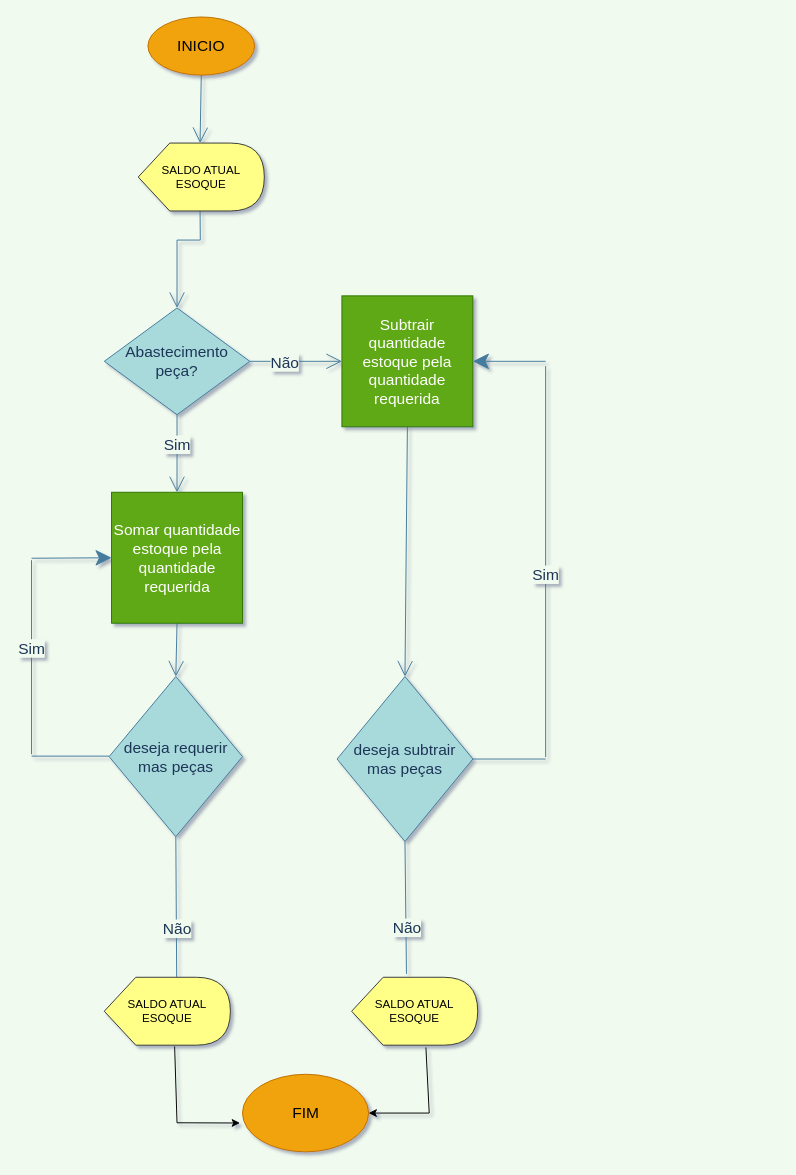
Earlier version of the draw.io diagram Diagrama sem nome.drawio (silvatavares/senai_versoes_git). Source tidied: cells renumbered, new cells numbered last; positions are measured from the earlier drawing's top-left corner, leaving out a move shared by most shapes. Both pictures are drawn from the tidied source at 97%, with x=0, y=0 at pixel (31, 16).
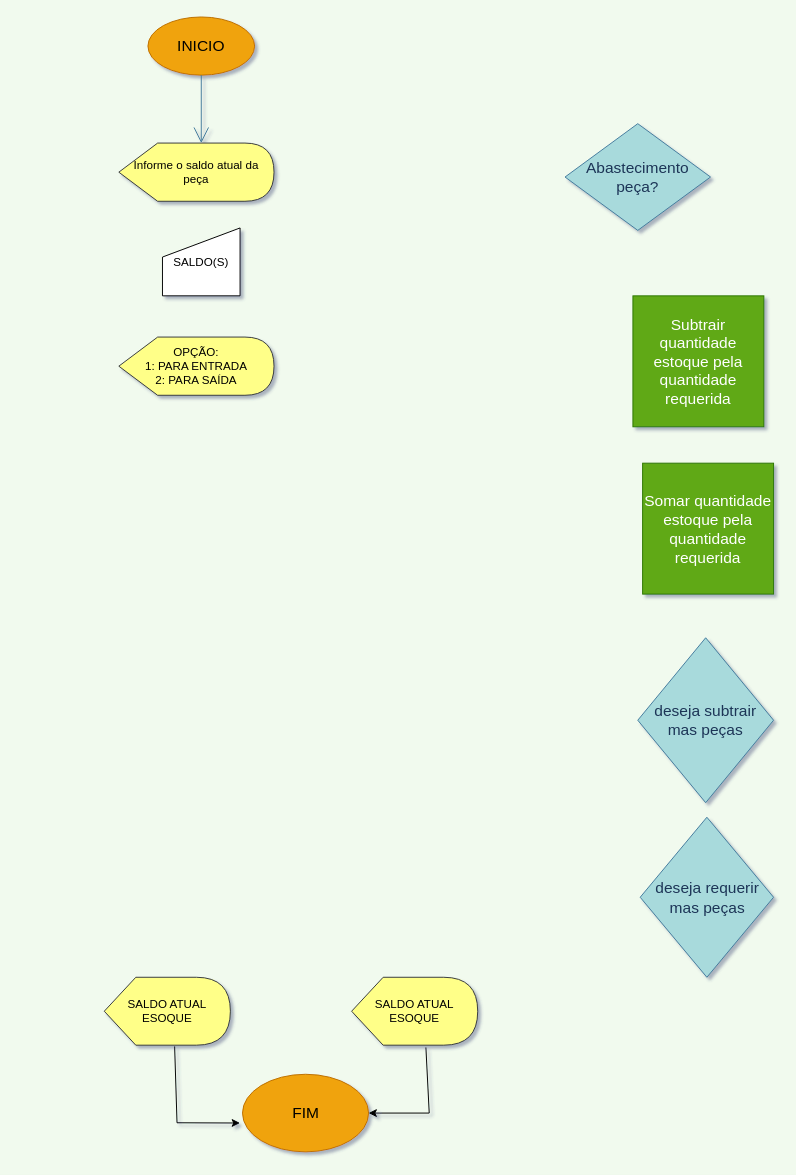
The same page after the edit.

Unchanged cells that the change refers to:
```xml
<mxCell id="2" value="INICIO" style="ellipse;whiteSpace=wrap;html=1;fontSize=16;fillColor=#f0a30a;strokeColor=#BD7000;fontColor=#000000;rounded=0;" parent="1" vertex="1">
  <mxGeometry x="120" width="110" height="60" as="geometry" />
</mxCell>
<mxCell id="29" value="SALDO ATUAL &lt;br&gt;ESOQUE" style="shape=display;whiteSpace=wrap;html=1;fillColor=#ffff88;strokeColor=#36393d;" parent="1" vertex="1">
  <mxGeometry x="75" y="990" width="130" height="70" as="geometry" />
</mxCell>
<mxCell id="30" value="SALDO ATUAL &lt;br&gt;ESOQUE" style="shape=display;whiteSpace=wrap;html=1;fillColor=#ffff88;strokeColor=#36393d;" parent="1" vertex="1">
  <mxGeometry x="330" y="990" width="130" height="70" as="geometry" />
</mxCell>
```

Change to the diagram source:
```diff
@@
-    <mxCell id="4" style="edgeStyle=none;jettySize=auto;html=1;rounded=0;fontSize=12;endArrow=open;startSize=14;endSize=14;sourcePerimeterSpacing=8;targetPerimeterSpacing=8;exitX=0.5;exitY=1;exitDx=0;exitDy=0;entryX=0;entryY=0;entryDx=63.75;entryDy=0;entryPerimeter=0;strokeColor=#457B9D;fontColor=#1D3557;labelBackgroundColor=#F1FAEE;" parent="1" edge="1" source="2" target="33">
+    <mxCell id="4" style="edgeStyle=none;jettySize=auto;html=1;rounded=0;fontSize=12;endArrow=open;startSize=14;endSize=14;sourcePerimeterSpacing=8;targetPerimeterSpacing=8;exitX=0.5;exitY=1;exitDx=0;exitDy=0;strokeColor=#457B9D;fontColor=#1D3557;labelBackgroundColor=#F1FAEE;entryX=0;entryY=0;entryDx=85;entryDy=0;entryPerimeter=0;" parent="1" edge="1" source="2" target="33">
       <mxGeometry relative="1" as="geometry" />
     </mxCell>
-    <mxCell id="5" style="edgeStyle=none;rounded=0;jettySize=auto;html=1;exitX=0.5;exitY=1;exitDx=0;exitDy=0;entryX=0.5;entryY=0;entryDx=0;entryDy=0;fontSize=12;endArrow=open;startSize=14;endSize=14;sourcePerimeterSpacing=8;targetPerimeterSpacing=8;strokeColor=#457B9D;fontColor=#1D3557;labelBackgroundColor=#F1FAEE;" parent="1" edge="1" source="7" target="14">
-      <mxGeometry relative="1" as="geometry" />
-    </mxCell>
-    <mxCell id="6" value="Sim" style="edgeLabel;html=1;align=center;verticalAlign=middle;fontSize=16;fontColor=#1D3557;rounded=0;labelBackgroundColor=#F1FAEE;" parent="5" vertex="1">
-      <mxGeometry x="0.68" y="-1" relative="1" as="geometry">
-        <mxPoint y="-37" as="offset" />
-      </mxGeometry>
-    </mxCell>
     <mxCell id="7" value="Abastecimento peça?" style="rhombus;whiteSpace=wrap;html=1;fontSize=16;fillColor=#A8DADC;strokeColor=#457B9D;fontColor=#1D3557;rounded=0;" parent="1" vertex="1">
-      <mxGeometry x="75" y="300" width="150" height="110" as="geometry" />
+      <mxGeometry x="550" y="110" width="150" height="110" as="geometry" />
     </mxCell>
-    <mxCell id="8" style="edgeStyle=none;rounded=0;jettySize=auto;html=1;exitX=0.5;exitY=1;exitDx=0;exitDy=0;entryX=0.5;entryY=0;entryDx=0;entryDy=0;fontSize=12;endArrow=open;startSize=14;endSize=14;sourcePerimeterSpacing=8;targetPerimeterSpacing=8;strokeColor=#457B9D;fontColor=#1D3557;labelBackgroundColor=#F1FAEE;" parent="1" edge="1" source="9" target="16">
-      <mxGeometry relative="1" as="geometry" />
-    </mxCell>
     <mxCell id="9" value="Subtrair quantidade estoque pela quantidade requerida" style="whiteSpace=wrap;html=1;fontSize=16;fillColor=#60a917;strokeColor=#2D7600;fontColor=#ffffff;rounded=0;" parent="1" vertex="1">
-      <mxGeometry x="320" y="287.5" width="135" height="135" as="geometry" />
+      <mxGeometry x="620" y="287.5" width="135" height="135" as="geometry" />
     </mxCell>
-    <mxCell id="10" style="edgeStyle=none;jettySize=auto;html=1;rounded=0;fontSize=12;endArrow=open;startSize=14;endSize=14;sourcePerimeterSpacing=8;targetPerimeterSpacing=8;exitX=1;exitY=0.5;exitDx=0;exitDy=0;entryX=0;entryY=0.5;entryDx=0;entryDy=0;strokeColor=#457B9D;fontColor=#1D3557;labelBackgroundColor=#F1FAEE;" parent="1" edge="1" source="7" target="9">
-      <mxGeometry relative="1" as="geometry" />
-    </mxCell>
-    <mxCell id="11" value="Não" style="edgeLabel;html=1;align=center;verticalAlign=middle;fontSize=16;fontColor=#1D3557;rounded=0;labelBackgroundColor=#F1FAEE;" parent="10" vertex="1">
-      <mxGeometry x="0.35" y="-1" relative="1" as="geometry">
-        <mxPoint x="-29" y="-1" as="offset" />
-      </mxGeometry>
-    </mxCell>
-    <mxCell id="12" style="edgeStyle=none;jettySize=auto;html=1;rounded=0;fontSize=12;endArrow=open;startSize=14;endSize=14;sourcePerimeterSpacing=8;targetPerimeterSpacing=8;exitX=0;exitY=0;exitDx=63.75;exitDy=70;entryX=0.5;entryY=0;entryDx=0;entryDy=0;strokeColor=#457B9D;fontColor=#1D3557;labelBackgroundColor=#F1FAEE;exitPerimeter=0;" parent="1" edge="1" source="33" target="7">
-      <mxGeometry relative="1" as="geometry">
-        <Array as="points">
-          <mxPoint x="174" y="230" />
-          <mxPoint x="150" y="230" />
-        </Array>
-      </mxGeometry>
-    </mxCell>
-    <mxCell id="13" style="edgeStyle=none;rounded=0;jettySize=auto;html=1;exitX=0.5;exitY=1;exitDx=0;exitDy=0;entryX=0.5;entryY=0;entryDx=0;entryDy=0;fontSize=12;endArrow=open;startSize=14;endSize=14;sourcePerimeterSpacing=8;targetPerimeterSpacing=8;strokeColor=#457B9D;fontColor=#1D3557;labelBackgroundColor=#F1FAEE;" parent="1" edge="1" source="14" target="15">
-      <mxGeometry relative="1" as="geometry" />
-    </mxCell>
     <mxCell id="14" value="Somar quantidade estoque pela quantidade requerida" style="whiteSpace=wrap;html=1;fontSize=16;fillColor=#60a917;strokeColor=#2D7600;rounded=0;fontColor=#ffffff;" parent="1" vertex="1">
-      <mxGeometry x="82.5" y="490" width="135" height="135" as="geometry" />
+      <mxGeometry x="630" y="460" width="135" height="135" as="geometry" />
     </mxCell>
     <mxCell id="15" value="deseja requerir mas peças" style="rhombus;whiteSpace=wrap;html=1;fontSize=16;fillColor=#A8DADC;strokeColor=#457B9D;fontColor=#1D3557;rounded=0;" parent="1" vertex="1">
-      <mxGeometry x="80" y="680" width="137.5" height="165" as="geometry" />
+      <mxGeometry x="627.5" y="825" width="137.5" height="165" as="geometry" />
     </mxCell>
     <mxCell id="16" value="deseja subtrair mas peças" style="rhombus;whiteSpace=wrap;html=1;fontSize=16;fillColor=#A8DADC;strokeColor=#457B9D;fontColor=#1D3557;rounded=0;" parent="1" vertex="1">
-      <mxGeometry x="315" y="680" width="140" height="170" as="geometry" />
+      <mxGeometry x="625" y="640" width="140" height="170" as="geometry" />
     </mxCell>
-    <mxCell id="17" style="endArrow=none;html=1;rounded=0;fontSize=12;startSize=14;endSize=14;sourcePerimeterSpacing=8;targetPerimeterSpacing=8;entryX=1;entryY=0.5;entryDx=0;entryDy=0;strokeColor=#457B9D;fontColor=#1D3557;labelBackgroundColor=#F1FAEE;" parent="1" edge="1" target="16">
-      <mxGeometry relative="1" as="geometry">
-        <mxPoint x="530" y="765" as="sourcePoint" />
-      </mxGeometry>
-    </mxCell>
-    <mxCell id="18" style="endArrow=none;html=1;rounded=0;fontSize=12;startSize=14;endSize=14;sourcePerimeterSpacing=8;targetPerimeterSpacing=8;strokeColor=#457B9D;fontColor=#1D3557;labelBackgroundColor=#F1FAEE;" parent="1" edge="1">
-      <mxGeometry relative="1" as="geometry">
-        <mxPoint x="530" y="763" as="sourcePoint" />
-        <mxPoint x="530" y="360" as="targetPoint" />
-      </mxGeometry>
-    </mxCell>
-    <mxCell id="19" value="Sim" style="edgeLabel;html=1;align=center;verticalAlign=middle;fontSize=16;fontColor=#1D3557;rounded=0;labelBackgroundColor=#F1FAEE;" parent="18" vertex="1">
-      <mxGeometry x="-0.06" y="1" relative="1" as="geometry" />
-    </mxCell>
-    <mxCell id="20" style="endArrow=classic;html=1;rounded=0;fontSize=12;startSize=14;endSize=14;sourcePerimeterSpacing=8;targetPerimeterSpacing=8;entryX=1;entryY=0.5;entryDx=0;entryDy=0;strokeColor=#457B9D;fontColor=#1D3557;labelBackgroundColor=#F1FAEE;" parent="1" edge="1" target="9">
-      <mxGeometry relative="1" as="geometry">
-        <mxPoint x="530" y="355" as="sourcePoint" />
-      </mxGeometry>
-    </mxCell>
-    <mxCell id="21" style="endArrow=none;html=1;rounded=0;fontSize=12;startSize=14;endSize=14;sourcePerimeterSpacing=8;targetPerimeterSpacing=8;strokeColor=#457B9D;fontColor=#1D3557;labelBackgroundColor=#F1FAEE;" parent="1" edge="1">
-      <mxGeometry relative="1" as="geometry">
-        <mxPoint y="760" as="sourcePoint" />
-        <mxPoint y="560" as="targetPoint" />
-      </mxGeometry>
-    </mxCell>
-    <mxCell id="22" value="Sim" style="edgeLabel;html=1;align=center;verticalAlign=middle;fontSize=16;fontColor=#1D3557;rounded=0;labelBackgroundColor=#F1FAEE;" parent="21" vertex="1">
-      <mxGeometry x="-0.06" y="1" relative="1" as="geometry">
-        <mxPoint y="-16" as="offset" />
-      </mxGeometry>
-    </mxCell>
-    <mxCell id="23" style="endArrow=none;html=1;rounded=0;fontSize=12;startSize=14;endSize=14;sourcePerimeterSpacing=8;targetPerimeterSpacing=8;strokeColor=#457B9D;fontColor=#1D3557;labelBackgroundColor=#F1FAEE;" parent="1" edge="1">
-      <mxGeometry relative="1" as="geometry">
-        <mxPoint x="80" y="762" as="sourcePoint" />
-        <mxPoint y="762" as="targetPoint" />
-      </mxGeometry>
-    </mxCell>
-    <mxCell id="24" style="endArrow=classic;html=1;rounded=0;fontSize=12;startSize=14;endSize=14;sourcePerimeterSpacing=8;targetPerimeterSpacing=8;entryX=0;entryY=0.5;entryDx=0;entryDy=0;strokeColor=#457B9D;fontColor=#1D3557;labelBackgroundColor=#F1FAEE;" parent="1" edge="1" target="14">
-      <mxGeometry relative="1" as="geometry">
-        <mxPoint y="558" as="sourcePoint" />
-      </mxGeometry>
-    </mxCell>
-    <mxCell id="25" style="endArrow=none;html=1;rounded=0;fontSize=12;startSize=14;endSize=14;sourcePerimeterSpacing=8;targetPerimeterSpacing=8;entryX=0.5;entryY=1;entryDx=0;entryDy=0;strokeColor=#457B9D;fontColor=#1D3557;labelBackgroundColor=#F1FAEE;exitX=0.435;exitY=-0.05;exitDx=0;exitDy=0;exitPerimeter=0;" parent="1" edge="1" source="30" target="16">
-      <mxGeometry relative="1" as="geometry" />
-    </mxCell>
-    <mxCell id="26" value="Não" style="edgeLabel;html=1;align=center;verticalAlign=middle;fontSize=16;fontColor=#1D3557;rounded=0;labelBackgroundColor=#F1FAEE;" parent="25" vertex="1">
-      <mxGeometry x="-0.54" y="-1" relative="1" as="geometry">
-        <mxPoint x="-1" y="-17" as="offset" />
-      </mxGeometry>
-    </mxCell>
-    <mxCell id="27" style="endArrow=none;html=1;rounded=0;fontSize=12;startSize=14;endSize=14;sourcePerimeterSpacing=8;targetPerimeterSpacing=8;exitX=0.5;exitY=1;exitDx=0;exitDy=0;strokeColor=#457B9D;fontColor=#1D3557;labelBackgroundColor=#F1FAEE;entryX=0.574;entryY=-0.005;entryDx=0;entryDy=0;entryPerimeter=0;" parent="1" edge="1" source="15" target="29">
-      <mxGeometry relative="1" as="geometry" />
-    </mxCell>
-    <mxCell id="28" value="Não" style="edgeLabel;html=1;align=center;verticalAlign=middle;fontSize=16;fontColor=#1D3557;rounded=0;labelBackgroundColor=#F1FAEE;" parent="27" vertex="1">
-      <mxGeometry x="0.54" y="2" relative="1" as="geometry">
-        <mxPoint x="-2" y="-16" as="offset" />
-      </mxGeometry>
-    </mxCell>
@@
-    <mxCell id="33" value="SALDO ATUAL &lt;br&gt;ESOQUE" style="shape=display;whiteSpace=wrap;html=1;fillColor=#ffff88;strokeColor=#36393d;" parent="1" vertex="1">
-      <mxGeometry x="110" y="130" width="130" height="70" as="geometry" />
+    <mxCell id="33" value="Informe o saldo atual da peça" style="shape=display;whiteSpace=wrap;html=1;fillColor=#ffff88;strokeColor=#36393d;align=center;" parent="1" vertex="1">
+      <mxGeometry x="90" y="130" width="160" height="60" as="geometry" />
     </mxCell>
+    <mxCell id="34" value="&lt;div style=&quot;line-height: 120%;&quot;&gt;&lt;span style=&quot;background-color: initial;&quot;&gt;SALDO(S)&lt;/span&gt;&lt;/div&gt;" style="shape=manualInput;whiteSpace=wrap;html=1;align=center;" parent="1" vertex="1">
+      <mxGeometry x="135" y="217.5" width="80" height="70" as="geometry" />
+    </mxCell>
+    <mxCell id="35" value="OPÇÃO:&lt;br&gt;1: PARA ENTRADA&lt;br&gt;2: PARA SAÍDA" style="shape=display;whiteSpace=wrap;html=1;fillColor=#ffff88;strokeColor=#36393d;align=center;" parent="1" vertex="1">
+      <mxGeometry x="90" y="330" width="160" height="60" as="geometry" />
+    </mxCell>
```
